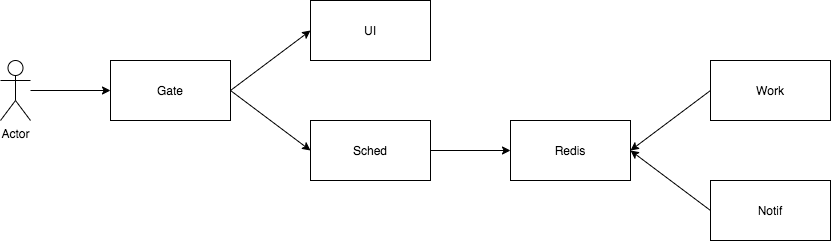
Before: docs/images/architecture.png, a diagram exported from draw.io (maxigue/chainr). Source tidied: cells renumbered, new cells last; positions are measured from the earlier drawing's top-left corner, leaving out a move shared by most shapes.
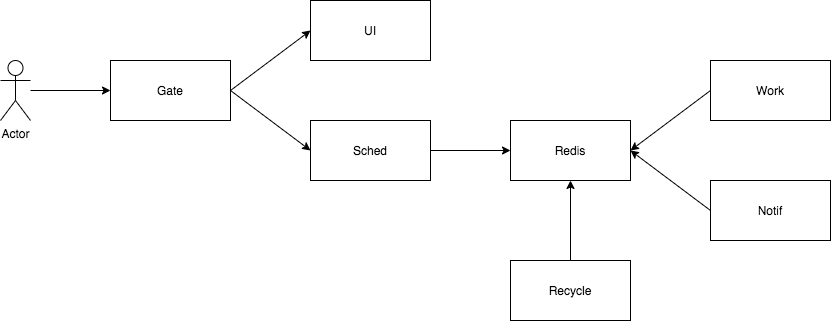
Above is the later version.

The edit, as a diff of the source:
```diff
@@ -28,6 +28,12 @@
     <mxCell id="9" value="Redis" style="rounded=0;whiteSpace=wrap;html=1;" parent="1" vertex="1">
       <mxGeometry x="510" y="120" width="120" height="60" as="geometry" />
     </mxCell>
+    <mxCell id="15" style="edgeStyle=orthogonalEdgeStyle;rounded=0;jettySize=auto;html=1;" parent="1" edge="1" source="16" target="9">
+      <mxGeometry relative="1" as="geometry" />
+    </mxCell>
+    <mxCell id="16" value="Recycle" style="rounded=0;whiteSpace=wrap;html=1;" parent="1" vertex="1">
+      <mxGeometry x="510" y="260" width="120" height="60" as="geometry" />
+    </mxCell>
     <mxCell id="10" style="edgeStyle=none;rounded=0;jettySize=auto;html=1;exitX=0;exitY=0.5;exitDx=0;exitDy=0;entryX=1;entryY=0.5;entryDx=0;entryDy=0;" parent="1" edge="1" source="11" target="9">
       <mxGeometry relative="1" as="geometry" />
     </mxCell>
```
